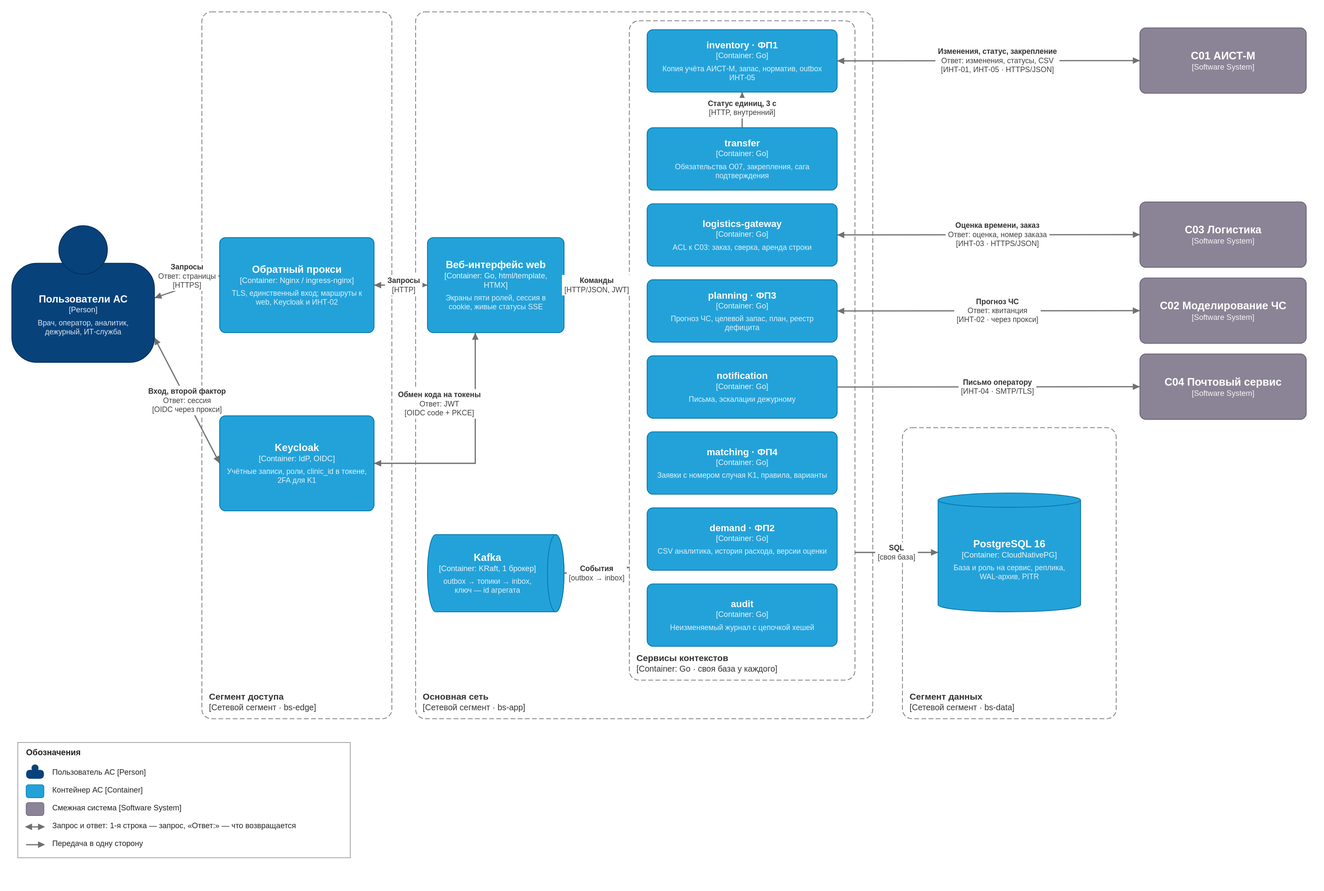
Before: docs/architecture/diagrams/c4/c4-containers.drawio.svg, a diagram exported from draw.io (AlchemistBro/blood-supply-pet). Source tidied: cells renumbered, new cells last; positions are measured from the earlier drawing's top-left corner, leaving out a move shared by most shapes.
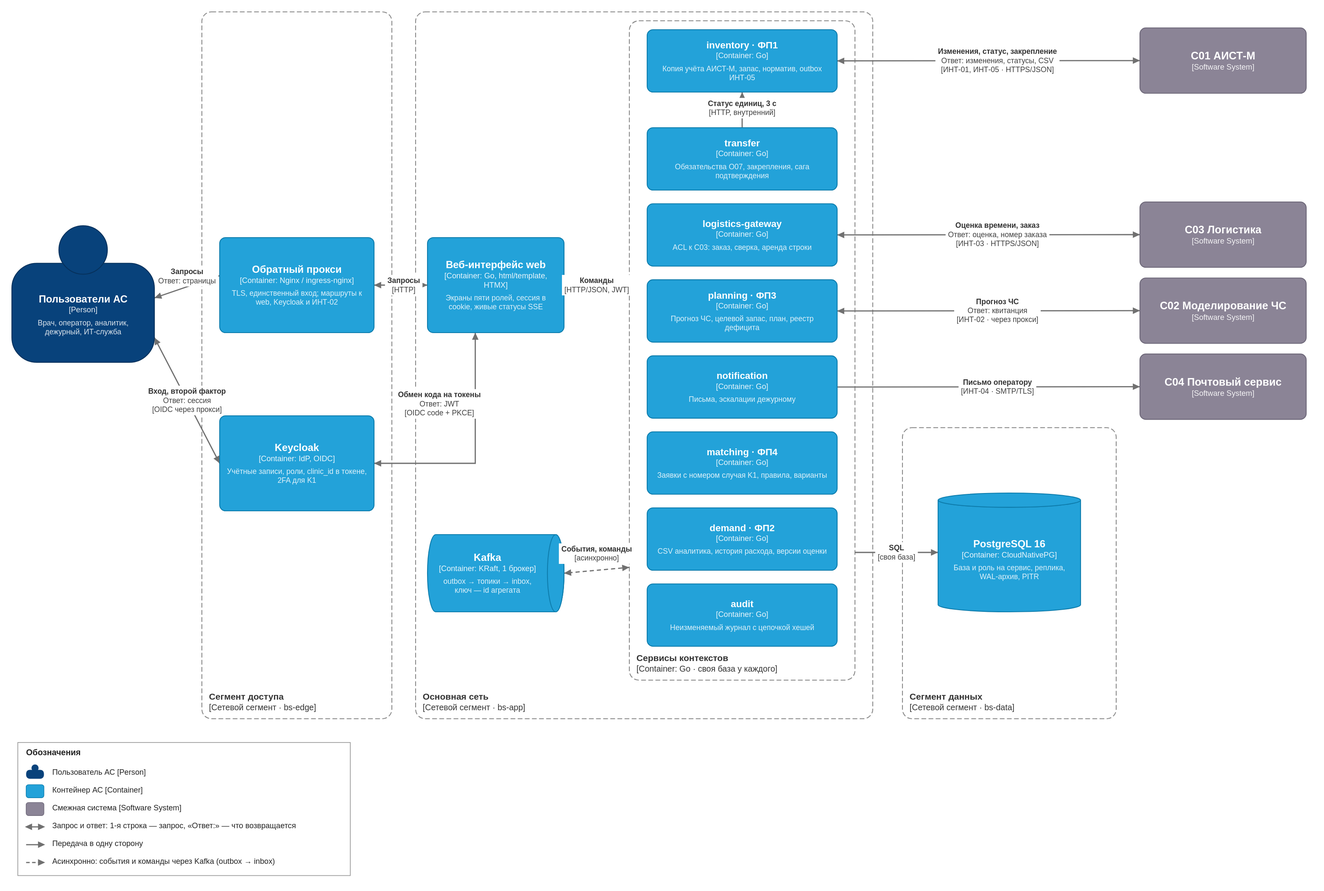
The same file after the commit.

Commit message:
Документация: логотип проекта и асинхронные связи на схемах C4

Diff of the diagram source:
```diff
@@ -71,8 +71,8 @@
     <mxCell id="24" style="edgeStyle=none;rounded=0;html=1;strokeColor=#707070;strokeWidth=2;endArrow=block;endFill=1;startArrow=block;startFill=1;exitX=1;exitY=0.35;exitDx=0;exitDy=0;entryX=0;entryY=0.4;entryDx=0;entryDy=0;" parent="1" edge="1" source="2" target="4">
       <mxGeometry relative="1" as="geometry" />
     </mxCell>
-    <mxCell id="25" value="&lt;b&gt;Запросы&lt;/b&gt;&lt;br&gt;Ответ: страницы&lt;br&gt;[HTTPS]" style="text;html=1;align=center;verticalAlign=middle;labelBackgroundColor=#FFFFFF;fontSize=12;fontColor=#404040;" parent="1" vertex="1">
-      <mxGeometry x="242" y="422" width="106" height="46" as="geometry" />
+    <mxCell id="25" value="&lt;b&gt;Запросы&lt;/b&gt;&lt;br&gt;Ответ: страницы" style="text;html=1;align=center;verticalAlign=middle;labelBackgroundColor=#FFFFFF;fontSize=12;fontColor=#404040;" parent="1" vertex="1">
+      <mxGeometry x="242" y="430" width="106" height="30" as="geometry" />
     </mxCell>
     <mxCell id="26" style="edgeStyle=none;rounded=0;html=1;strokeColor=#707070;strokeWidth=2;endArrow=block;endFill=1;startArrow=block;startFill=1;exitX=1;exitY=0.75;exitDx=0;exitDy=0;entryX=0;entryY=0.5;entryDx=0;entryDy=0;" parent="1" edge="1" source="2" target="5">
       <mxGeometry relative="1" as="geometry" />
@@ -108,11 +108,11 @@
     <mxCell id="35" value="&lt;b&gt;Статус единиц, 3 с&lt;/b&gt;&lt;br&gt;[HTTP, внутренний]" style="text;html=1;align=center;verticalAlign=middle;labelBackgroundColor=#FFFFFF;fontSize=12;fontColor=#404040;" parent="1" vertex="1">
       <mxGeometry x="1168" y="147" width="123" height="30" as="geometry" />
     </mxCell>
-    <mxCell id="36" style="edgeStyle=none;rounded=0;html=1;strokeColor=#707070;strokeWidth=2;endArrow=block;endFill=1;startArrow=block;startFill=1;exitX=0;exitY=0.8289;exitDx=0;exitDy=0;entryX=1;entryY=0.5;entryDx=0;entryDy=0;" parent="1" edge="1" source="9" target="8">
+    <mxCell id="36" style="edgeStyle=none;rounded=0;html=1;strokeColor=#707070;strokeWidth=2;endArrow=block;endFill=1;startArrow=block;startFill=1;dashed=1;exitX=0;exitY=0.8289;exitDx=0;exitDy=0;entryX=1;entryY=0.5;entryDx=0;entryDy=0;" parent="1" edge="1" source="9" target="8">
       <mxGeometry relative="1" as="geometry" />
     </mxCell>
-    <mxCell id="37" value="&lt;b&gt;События&lt;/b&gt;&lt;br&gt;[outbox → inbox]" style="text;html=1;align=center;verticalAlign=middle;labelBackgroundColor=#FFFFFF;fontSize=12;fontColor=#404040;" parent="1" vertex="1">
-      <mxGeometry x="934" y="930" width="102" height="30" as="geometry" />
+    <mxCell id="37" value="&lt;b&gt;События, команды&lt;/b&gt;&lt;br&gt;[асинхронно]" style="text;html=1;align=center;verticalAlign=middle;labelBackgroundColor=#FFFFFF;fontSize=12;fontColor=#404040;" parent="1" vertex="1">
+      <mxGeometry x="921" y="897" width="127" height="30" as="geometry" />
     </mxCell>
     <mxCell id="38" style="edgeStyle=none;rounded=0;html=1;strokeColor=#707070;strokeWidth=2;endArrow=block;endFill=1;exitX=1;exitY=0.8063;exitDx=0;exitDy=0;entryX=0;entryY=0.5;entryDx=0;entryDy=0;" parent="1" edge="1" source="9" target="19">
       <mxGeometry relative="1" as="geometry" />
```
